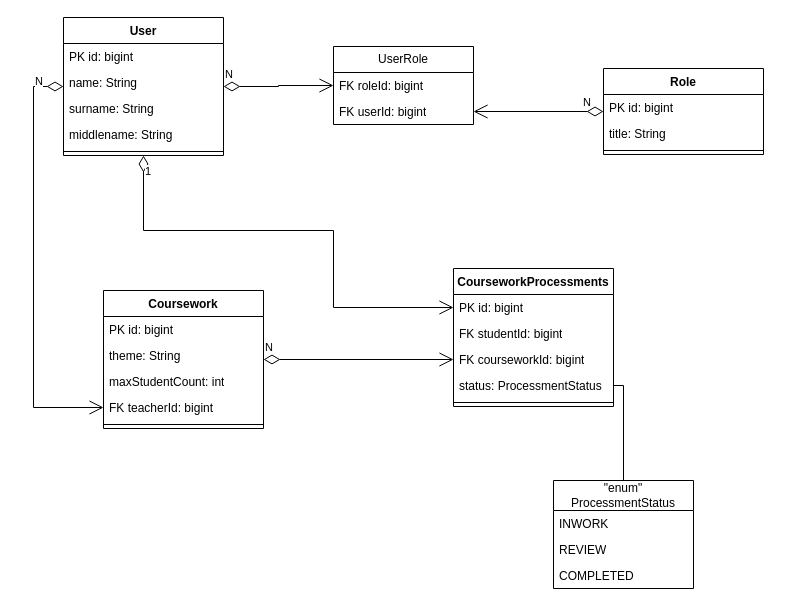
StanEkso/kanban-projecting keeps this draw.io diagram as class.drawio. Above is the earlier version. Source tidied: cells renumbered, new cells numbered last; positions are measured from the earlier drawing's top-left corner, leaving out a move shared by most shapes. Both pictures are drawn from the tidied source at 100%, with x=0, y=0 at pixel (33, 17).
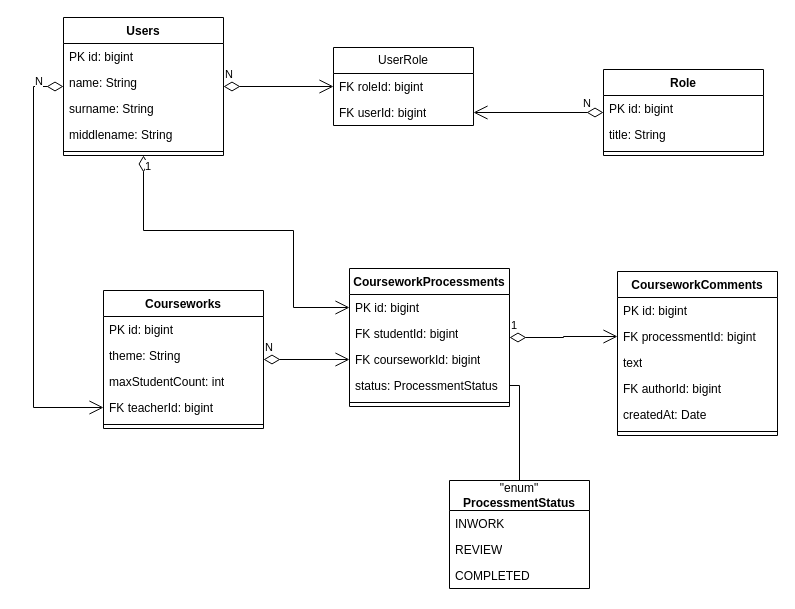
The same page after the edit.

Commit message:
feat: add comments to class diagram

Unchanged cells that the change refers to:
```xml
<mxCell id="25" value="PK id: bigint" style="text;strokeColor=none;fillColor=none;align=left;verticalAlign=top;spacingLeft=4;spacingRight=4;overflow=hidden;points=[[0,0.5],[1,0.5]];portConstraint=eastwest;whiteSpace=wrap;html=1;" parent="24" vertex="1">
  <mxGeometry y="26" width="160" height="26" as="geometry" />
</mxCell>
```

Diff of the diagram source:
```diff
@@
     <mxCell id="2" value="UserRole" style="swimlane;fontStyle=0;horizontal=1;startSize=26;fillColor=none;whiteSpace=wrap;html=1;" parent="1" vertex="1">
-      <mxGeometry x="300" y="29" width="140" height="78" as="geometry" />
+      <mxGeometry x="300" y="30" width="140" height="78" as="geometry" />
     </mxCell>
@@
-    <mxCell id="8" value="User" style="swimlane;fontStyle=1;align=center;verticalAlign=top;horizontal=1;startSize=26;whiteSpace=wrap;html=1;" parent="1" vertex="1">
+    <mxCell id="8" value="Users" style="swimlane;fontStyle=1;align=center;verticalAlign=top;horizontal=1;startSize=26;whiteSpace=wrap;html=1;" parent="1" vertex="1">
       <mxGeometry x="30" width="160" height="138" as="geometry" />
     </mxCell>
@@
     <mxCell id="14" value="Role" style="swimlane;fontStyle=1;align=center;verticalAlign=top;horizontal=1;startSize=26;whiteSpace=wrap;html=1;" parent="1" vertex="1">
-      <mxGeometry x="570" y="51" width="160" height="86" as="geometry" />
+      <mxGeometry x="570" y="52" width="160" height="86" as="geometry" />
     </mxCell>
@@
-    <mxCell id="18" value="Coursework" style="swimlane;fontStyle=1;align=center;verticalAlign=top;horizontal=1;startSize=26;whiteSpace=wrap;html=1;" parent="1" vertex="1">
+    <mxCell id="18" value="Courseworks" style="swimlane;fontStyle=1;align=center;verticalAlign=top;horizontal=1;startSize=26;whiteSpace=wrap;html=1;" parent="1" vertex="1">
       <mxGeometry x="70" y="273" width="160" height="138" as="geometry" />
     </mxCell>
@@
     <mxCell id="24" value="CourseworkProcessments" style="swimlane;fontStyle=1;align=center;verticalAlign=top;horizontal=1;startSize=26;whiteSpace=wrap;html=1;" parent="1" vertex="1">
-      <mxGeometry x="420" y="251" width="160" height="138" as="geometry" />
+      <mxGeometry x="316" y="251" width="160" height="138" as="geometry" />
     </mxCell>
@@
     <mxCell id="31" value="1" style="endArrow=open;html=1;endSize=12;startArrow=diamondThin;startSize=14;startFill=0;edgeStyle=orthogonalEdgeStyle;align=left;verticalAlign=bottom;rounded=0;" parent="1" edge="1" source="8" target="25">
       <mxGeometry x="-0.89" relative="1" as="geometry">
         <Array as="points">
           <mxPoint x="110" y="213" />
-          <mxPoint x="300" y="213" />
-          <mxPoint x="300" y="290" />
+          <mxPoint x="260" y="213" />
+          <mxPoint x="260" y="290" />
         </Array>
       </mxGeometry>
     </mxCell>
-    <mxCell id="32" value="&quot;enum&quot;&lt;br&gt;ProcessmentStatus" style="swimlane;fontStyle=0;horizontal=1;startSize=30;fillColor=none;whiteSpace=wrap;html=1;" parent="1" vertex="1">
-      <mxGeometry x="520" y="463" width="140" height="108" as="geometry" />
+    <mxCell id="32" value="&quot;enum&quot;&lt;br&gt;&lt;b&gt;ProcessmentStatus&lt;/b&gt;" style="swimlane;fontStyle=0;horizontal=1;startSize=30;fillColor=none;whiteSpace=wrap;html=1;" parent="1" vertex="1">
+      <mxGeometry x="416" y="463" width="140" height="108" as="geometry" />
     </mxCell>
@@
+    <mxCell id="37" value="CourseworkComments" style="swimlane;fontStyle=1;align=center;verticalAlign=top;horizontal=1;startSize=26;whiteSpace=wrap;html=1;" parent="1" vertex="1">
+      <mxGeometry x="584" y="254" width="160" height="164" as="geometry" />
+    </mxCell>
+    <mxCell id="38" value="PK id: bigint" style="text;strokeColor=none;fillColor=none;align=left;verticalAlign=top;spacingLeft=4;spacingRight=4;overflow=hidden;whiteSpace=wrap;html=1;" parent="37" vertex="1">
+      <mxGeometry y="26" width="160" height="26" as="geometry" />
+    </mxCell>
+    <mxCell id="39" value="FK processmentId: bigint" style="text;strokeColor=none;fillColor=none;align=left;verticalAlign=top;spacingLeft=4;spacingRight=4;overflow=hidden;points=[[0,0.5],[1,0.5]];portConstraint=eastwest;whiteSpace=wrap;html=1;" parent="37" vertex="1">
+      <mxGeometry y="52" width="160" height="26" as="geometry" />
+    </mxCell>
+    <mxCell id="40" value="text" style="text;strokeColor=none;fillColor=none;align=left;verticalAlign=top;spacingLeft=4;spacingRight=4;overflow=hidden;whiteSpace=wrap;html=1;" parent="37" vertex="1">
+      <mxGeometry y="78" width="160" height="26" as="geometry" />
+    </mxCell>
+    <mxCell id="41" value="FK authorId: bigint" style="text;strokeColor=none;fillColor=none;align=left;verticalAlign=top;spacingLeft=4;spacingRight=4;overflow=hidden;whiteSpace=wrap;html=1;" parent="37" vertex="1">
+      <mxGeometry y="104" width="160" height="26" as="geometry" />
+    </mxCell>
+    <mxCell id="42" value="createdAt: Date" style="text;strokeColor=none;fillColor=none;align=left;verticalAlign=top;spacingLeft=4;spacingRight=4;overflow=hidden;whiteSpace=wrap;html=1;" parent="37" vertex="1">
+      <mxGeometry y="130" width="160" height="26" as="geometry" />
+    </mxCell>
+    <mxCell id="43" style="line;strokeWidth=1;fillColor=none;align=left;verticalAlign=middle;spacingTop=-1;spacingLeft=3;spacingRight=3;labelPosition=right;strokeColor=inherit;" parent="37" vertex="1">
+      <mxGeometry y="156" width="160" height="8" as="geometry" />
+    </mxCell>
+    <mxCell id="44" value="1" style="endArrow=open;html=1;endSize=12;startArrow=diamondThin;startSize=14;startFill=0;edgeStyle=orthogonalEdgeStyle;align=left;verticalAlign=bottom;rounded=0;" parent="1" edge="1" source="24" target="39">
+      <mxGeometry x="-1" y="3" relative="1" as="geometry" />
+    </mxCell>
```
